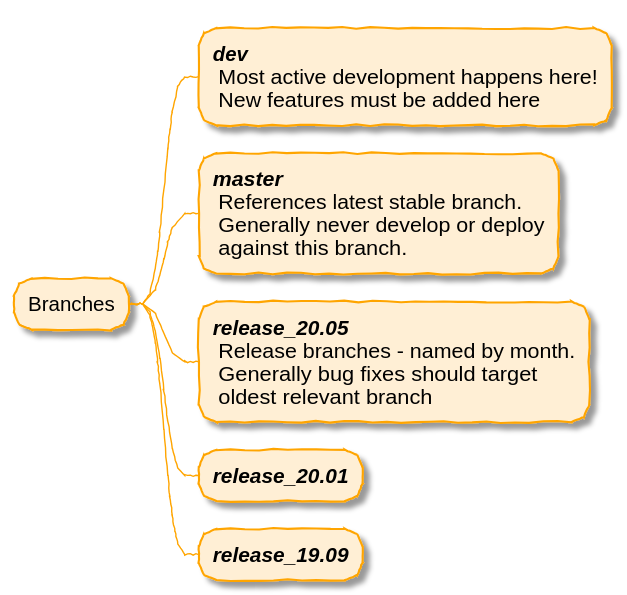
This is topics/dev/images/core_branches.plantuml.svg from pavanvidem/training-material, a PlantUML export, as it was before one commit.
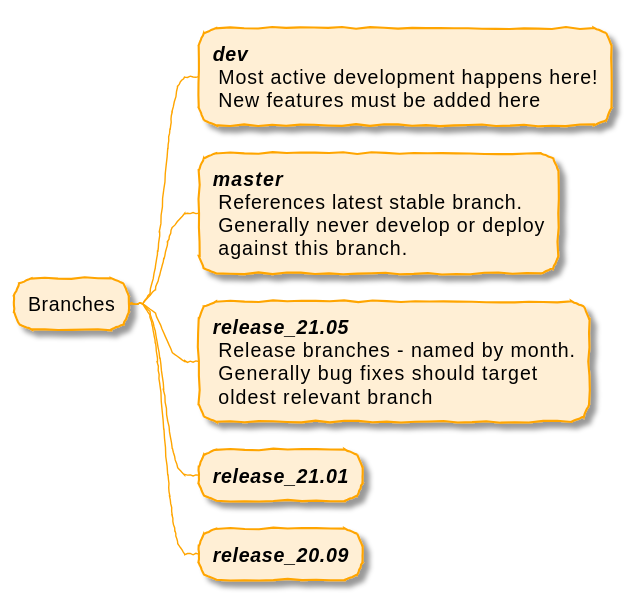
After the change.

Diff of the diagram source:
```diff
@@ -11,10 +11,10 @@
  References latest stable branch.
  Generally never develop or deploy
  against this branch.;
-**:<b><i>release_20.05</i></b>
+**:<b><i>release_21.05</i></b>
  Release branches - named by month.
  Generally bug fixes should target
  oldest relevant branch;
-** <b><i>release_20.01</i></b>
-** <b><i>release_19.09</i></b>
+** <b><i>release_21.01</i></b>
+** <b><i>release_20.09</i></b>
 @endmindmap
```
